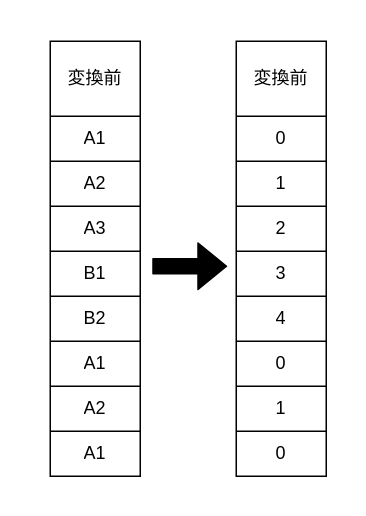
Shunta6855/startup-seminar keeps this draw.io diagram as images/label-encoding.drawio. Above is the earlier version. Source tidied: cells renumbered, new cells numbered last; positions are measured from the earlier drawing's top-left corner, leaving out a move shared by most shapes. Both pictures are drawn from the tidied source at 150%, with x=0, y=0 at pixel (26, 26).
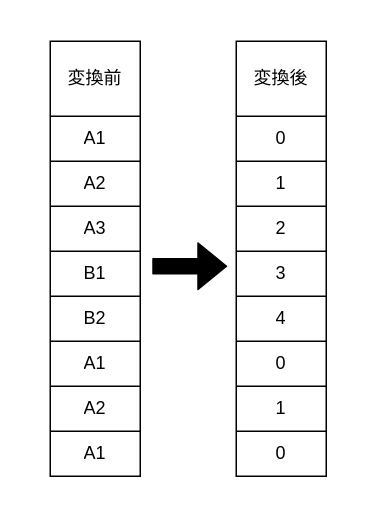
After the change.

The change refers to these unchanged cells:
```xml
<mxCell id="24" style="shape=tableRow;horizontal=0;startSize=0;swimlaneHead=0;swimlaneBody=0;strokeColor=inherit;top=0;left=0;bottom=0;right=0;fillColor=none;" parent="23" vertex="1">
  <mxGeometry width="60" height="50" as="geometry" />
</mxCell>
```

What changed in the source:
```diff
@@
-    <mxCell id="25" value="変換前" style="shape=partialRectangle;html=1;whiteSpace=wrap;strokeColor=inherit;overflow=hidden;fillColor=none;top=0;left=0;bottom=0;right=0;" parent="24" vertex="1">
+    <mxCell id="25" value="変換後" style="shape=partialRectangle;html=1;whiteSpace=wrap;strokeColor=inherit;overflow=hidden;fillColor=none;top=0;left=0;bottom=0;right=0;" parent="24" vertex="1">
       <mxGeometry width="60" height="50" as="geometry" />
     </mxCell>
```
